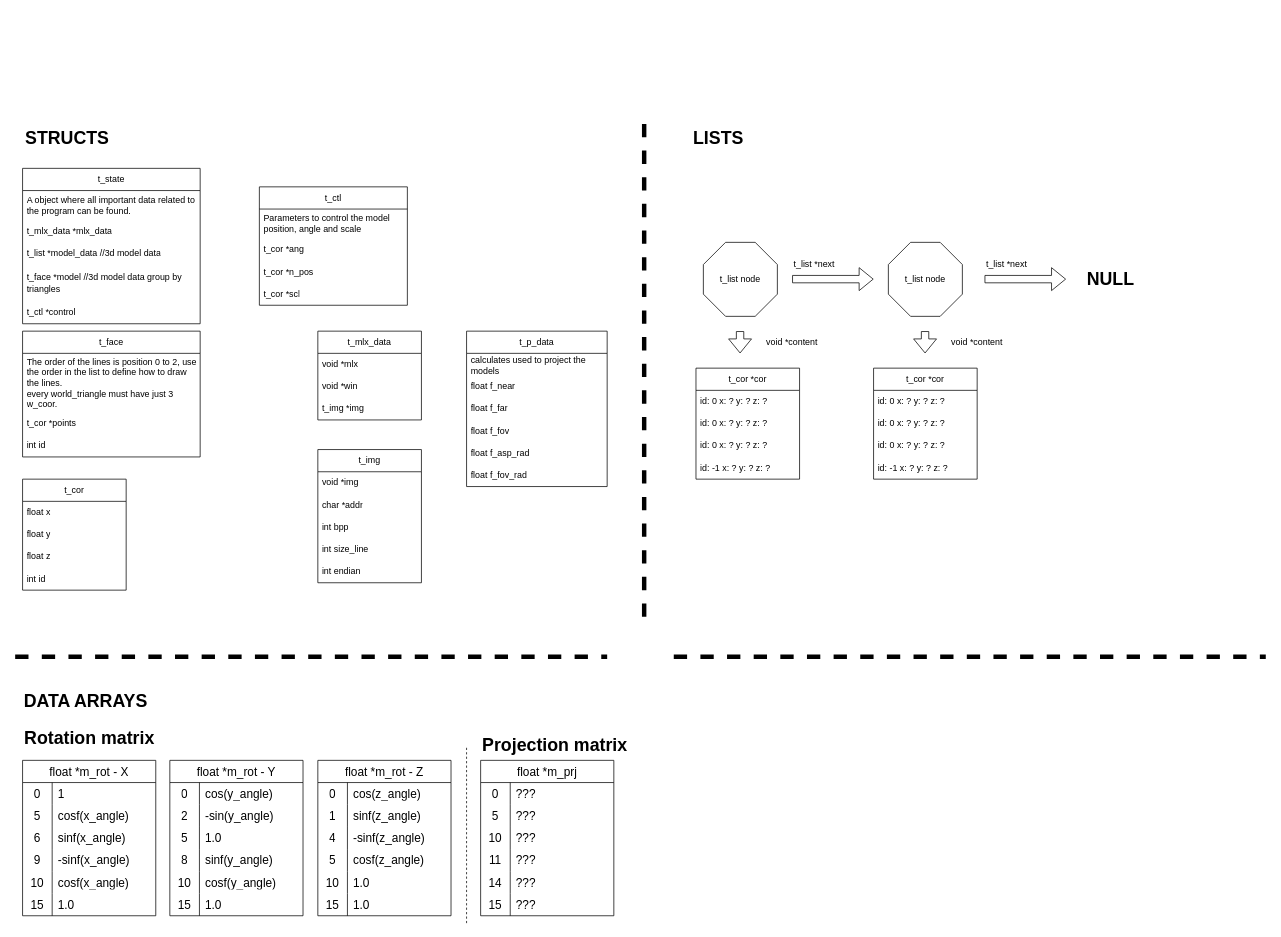
Above: page "data layer" (2 of 4) of Untitled Diagram.drawio in nythocampos/42_code (draw.io), before the change. Source tidied: cells renumbered, new cells numbered last; positions are measured from the earlier drawing's top-left corner, leaving out a move shared by most shapes. Both pictures are drawn from the tidied source at 74%, with x=0, y=0 at pixel (15, 124).
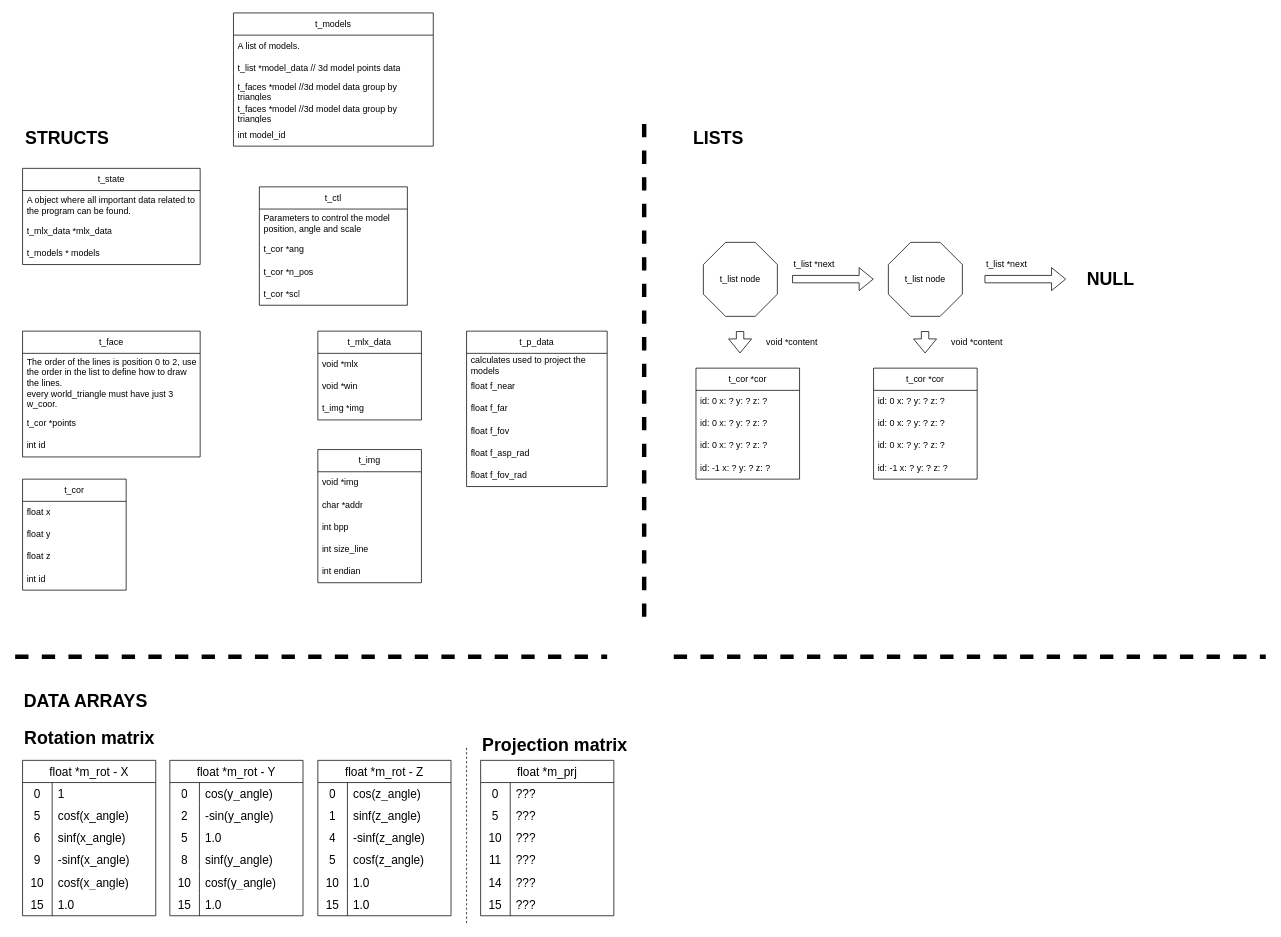
The same page after the edit.

What changed in the source:
```diff
@@
     <mxCell id="28" value="t_state" style="swimlane;fontStyle=0;horizontal=1;startSize=30;whiteSpace=wrap;html=1;" parent="1" vertex="1">
-      <mxGeometry x="10" y="60" width="240" height="210" as="geometry" />
+      <mxGeometry x="10" y="60" width="240" height="130" as="geometry" />
     </mxCell>
@@
-    <mxCell id="31" value="t_list *model_data //3d model data" style="text;strokeColor=none;fillColor=none;align=left;verticalAlign=middle;spacingLeft=4;spacingRight=4;overflow=hidden;whiteSpace=wrap;html=1;" parent="28" vertex="1">
+    <mxCell id="31" value="t_models * models" style="text;strokeColor=none;fillColor=none;align=left;verticalAlign=middle;spacingLeft=4;spacingRight=4;overflow=hidden;whiteSpace=wrap;html=1;" parent="28" vertex="1">
       <mxGeometry y="100" width="240" height="30" as="geometry" />
     </mxCell>
-    <mxCell id="32" value="t_face *model //3d model data group by triangles" style="text;strokeColor=none;fillColor=none;align=left;verticalAlign=middle;spacingLeft=4;spacingRight=4;overflow=hidden;whiteSpace=wrap;html=1;" parent="28" vertex="1">
-      <mxGeometry y="130" width="240" height="50" as="geometry" />
-    </mxCell>
-    <mxCell id="33" value="t_ctl *control" style="text;strokeColor=none;fillColor=none;align=left;verticalAlign=middle;spacingLeft=4;spacingRight=4;overflow=hidden;whiteSpace=wrap;html=1;" parent="28" vertex="1">
-      <mxGeometry y="180" width="240" height="30" as="geometry" />
-    </mxCell>
@@
+    <mxCell id="145" value="t_models" style="swimlane;fontStyle=0;horizontal=1;startSize=30;whiteSpace=wrap;html=1;" parent="1" vertex="1">
+      <mxGeometry x="295" y="-150" width="270" height="180" as="geometry" />
+    </mxCell>
+    <mxCell id="146" value="A list of models." style="text;strokeColor=none;fillColor=none;align=left;verticalAlign=middle;spacingLeft=4;spacingRight=4;overflow=hidden;whiteSpace=wrap;html=1;" parent="145" vertex="1">
+      <mxGeometry y="30" width="270" height="30" as="geometry" />
+    </mxCell>
+    <mxCell id="147" value="t_list *model_data // 3d model points data" style="text;strokeColor=none;fillColor=none;align=left;verticalAlign=middle;spacingLeft=4;spacingRight=4;overflow=hidden;whiteSpace=wrap;html=1;" parent="145" vertex="1">
+      <mxGeometry y="60" width="270" height="30" as="geometry" />
+    </mxCell>
+    <mxCell id="148" value="t_faces *model&amp;nbsp;//3d model data group by triangles" style="text;strokeColor=none;fillColor=none;align=left;verticalAlign=middle;spacingLeft=4;spacingRight=4;overflow=hidden;whiteSpace=wrap;html=1;" parent="145" vertex="1">
+      <mxGeometry y="90" width="270" height="30" as="geometry" />
+    </mxCell>
+    <mxCell id="149" value="t_faces *model&amp;nbsp;//3d model data group by triangles" style="text;strokeColor=none;fillColor=none;align=left;verticalAlign=middle;spacingLeft=4;spacingRight=4;overflow=hidden;whiteSpace=wrap;html=1;" parent="145" vertex="1">
+      <mxGeometry y="120" width="270" height="30" as="geometry" />
+    </mxCell>
+    <mxCell id="150" value="int model_id" style="text;strokeColor=none;fillColor=none;align=left;verticalAlign=middle;spacingLeft=4;spacingRight=4;overflow=hidden;whiteSpace=wrap;html=1;" parent="145" vertex="1">
+      <mxGeometry y="150" width="270" height="30" as="geometry" />
+    </mxCell>
```
